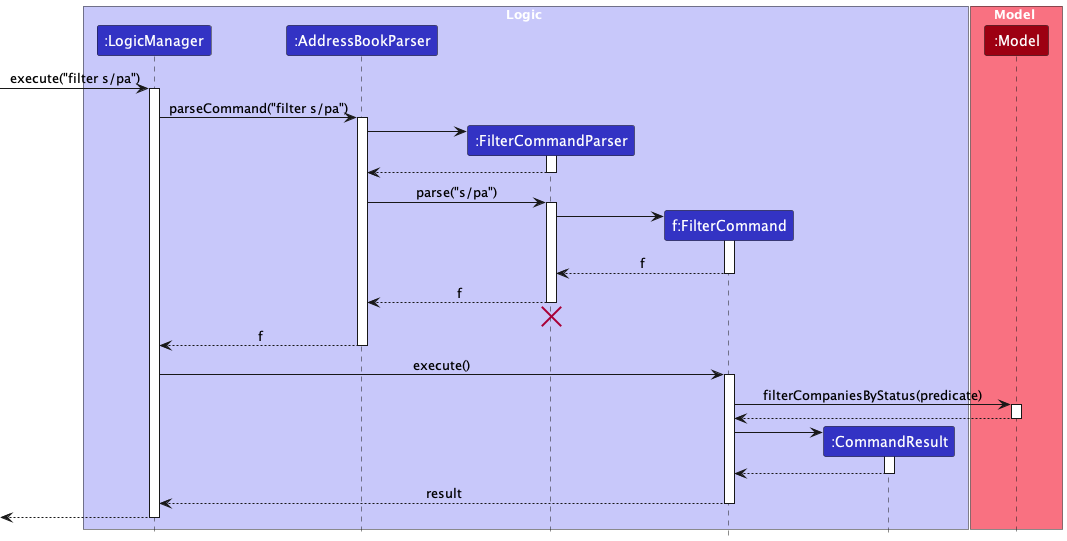
tayruxin/tp keeps this PlantUML diagram as docs/images/FilterSequenceDiagram.png. Above is the earlier version.
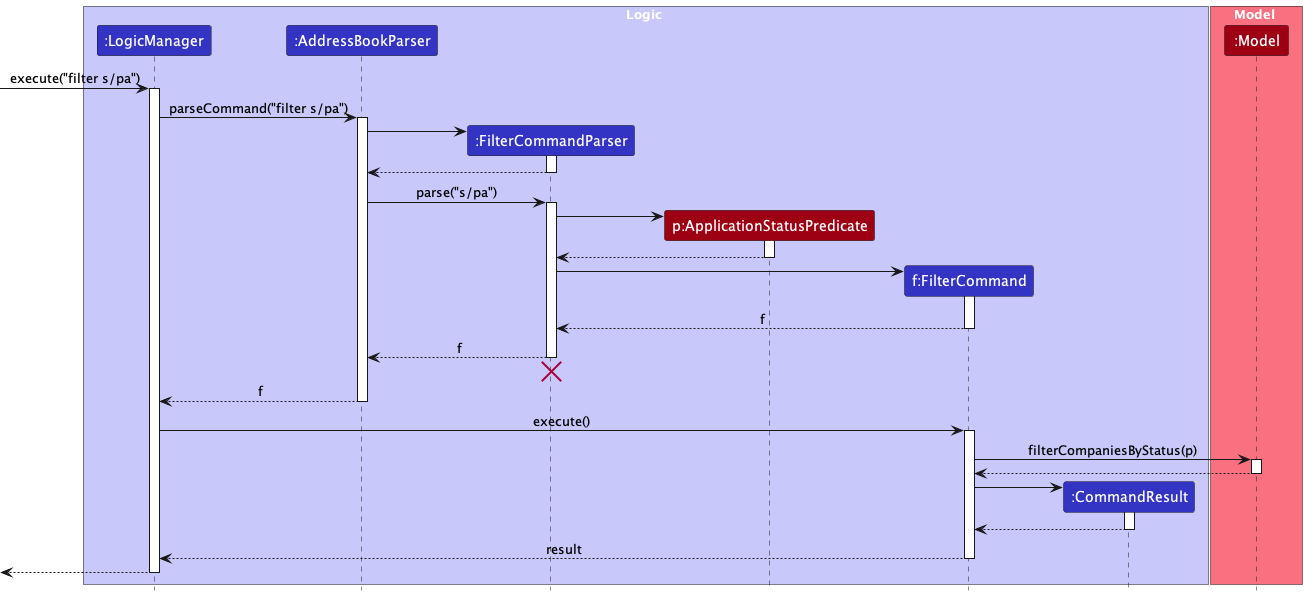
After the commit.

Commit message:
Fix diagrams, grammar and phrasing

What changed in the source:
```diff
@@ -7,6 +7,7 @@
 participant ":LogicManager" as LogicManager LOGIC_COLOR
 participant ":AddressBookParser" as AddressBookParser LOGIC_COLOR
 participant ":FilterCommandParser" as FilterCommandParser LOGIC_COLOR
+participant "p:ApplicationStatusPredicate" as ApplicationStatusPredicate MODEL_COLOR
 participant "f:FilterCommand" as FilterCommand LOGIC_COLOR
 participant ":CommandResult" as CommandResult LOGIC_COLOR
 
@@ -32,6 +33,13 @@
 AddressBookParser -> FilterCommandParser : parse("s/pa")
 activate FilterCommandParser
 
+create ApplicationStatusPredicate
+FilterCommandParser -> ApplicationStatusPredicate
+activate ApplicationStatusPredicate
+
+ApplicationStatusPredicate --> FilterCommandParser
+deactivate ApplicationStatusPredicate
+
 create FilterCommand
 FilterCommandParser -> FilterCommand
 activate FilterCommand
@@ -50,7 +58,7 @@
 LogicManager -> FilterCommand : execute()
 activate FilterCommand
 
-FilterCommand -> Model : filterCompaniesByStatus(predicate)
+FilterCommand -> Model : filterCompaniesByStatus(p)
 activate Model
 
 Model -->FilterCommand
```
